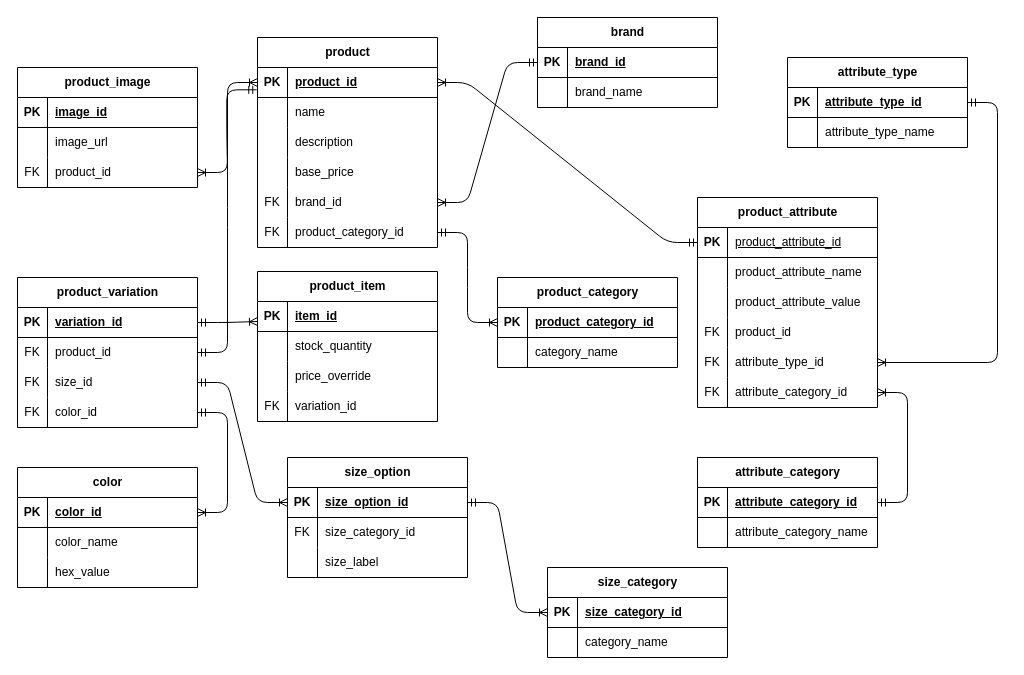
WambuiGrace/ecommerce keeps this draw.io diagram as ERD.drawio. Above is the earlier version. Source tidied: cells renumbered, new cells numbered last; positions are measured from the earlier drawing's top-left corner, leaving out a move shared by most shapes. Both pictures are drawn from the tidied source at 100%, with x=0, y=0 at pixel (17, 17).
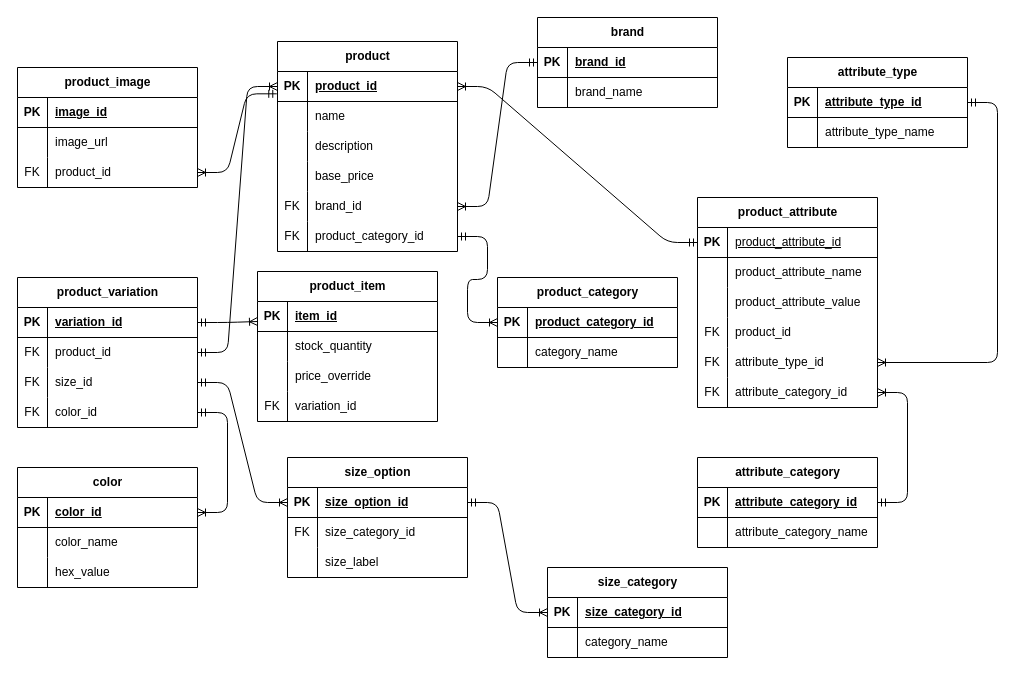
The same diagram, later.

Diff of the diagram source:
```diff
@@
-<mxGraphModel>
+<mxGraphModel background="#FFFFFF">
@@
     <mxCell id="29" value="product" style="shape=table;startSize=30;childLayout=tableLayout;rowLines=0;fontStyle=1;align=center;html=1;" parent="1" vertex="1">
-      <mxGeometry x="240" y="20" width="180" height="210" as="geometry" />
+      <mxGeometry x="260" y="24" width="180" height="210" as="geometry" />
     </mxCell>
```
